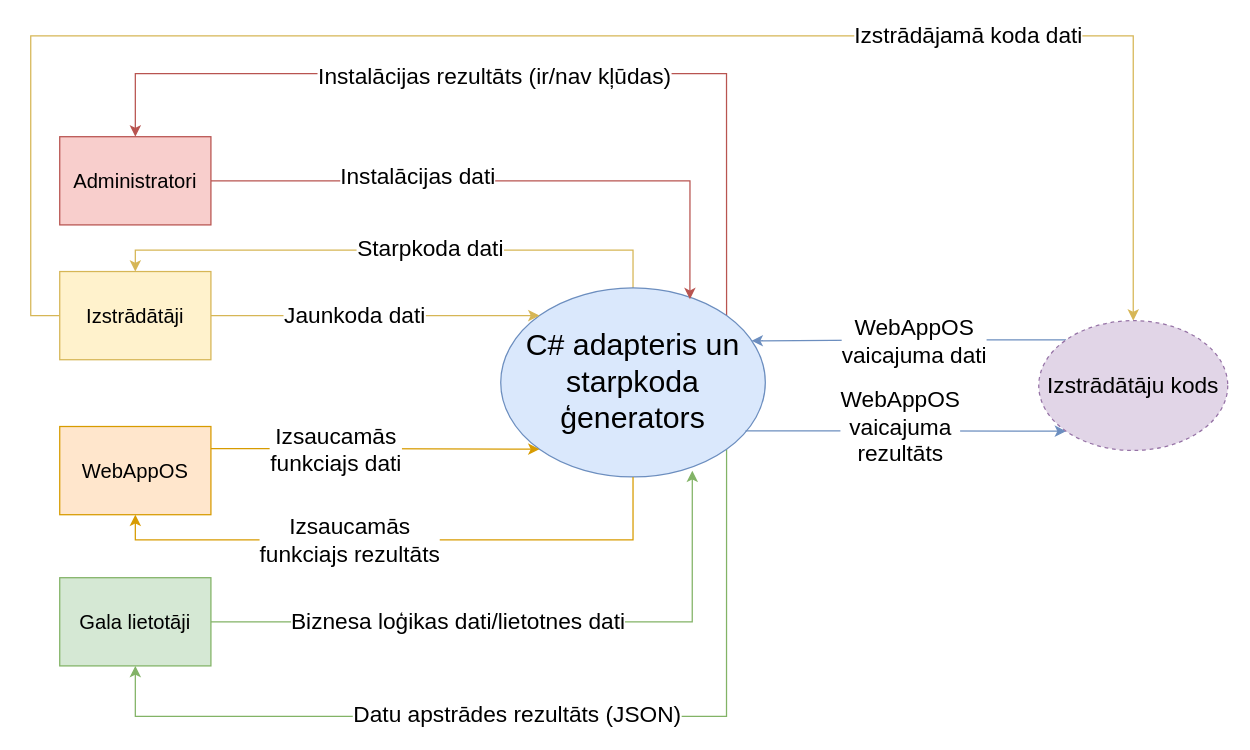
Above: page "0. level" (1 of 9) of src/Qualification project/Documentation/Diagrammas/DPD.drawio in artiks12/webAppOS (draw.io), before the change. Source tidied: cells renumbered, new cells numbered last; positions are measured from the earlier drawing's top-left corner, leaving out a move shared by most shapes. Both pictures are drawn from the tidied source at 126%, with x=0, y=0 at pixel (30, 35).
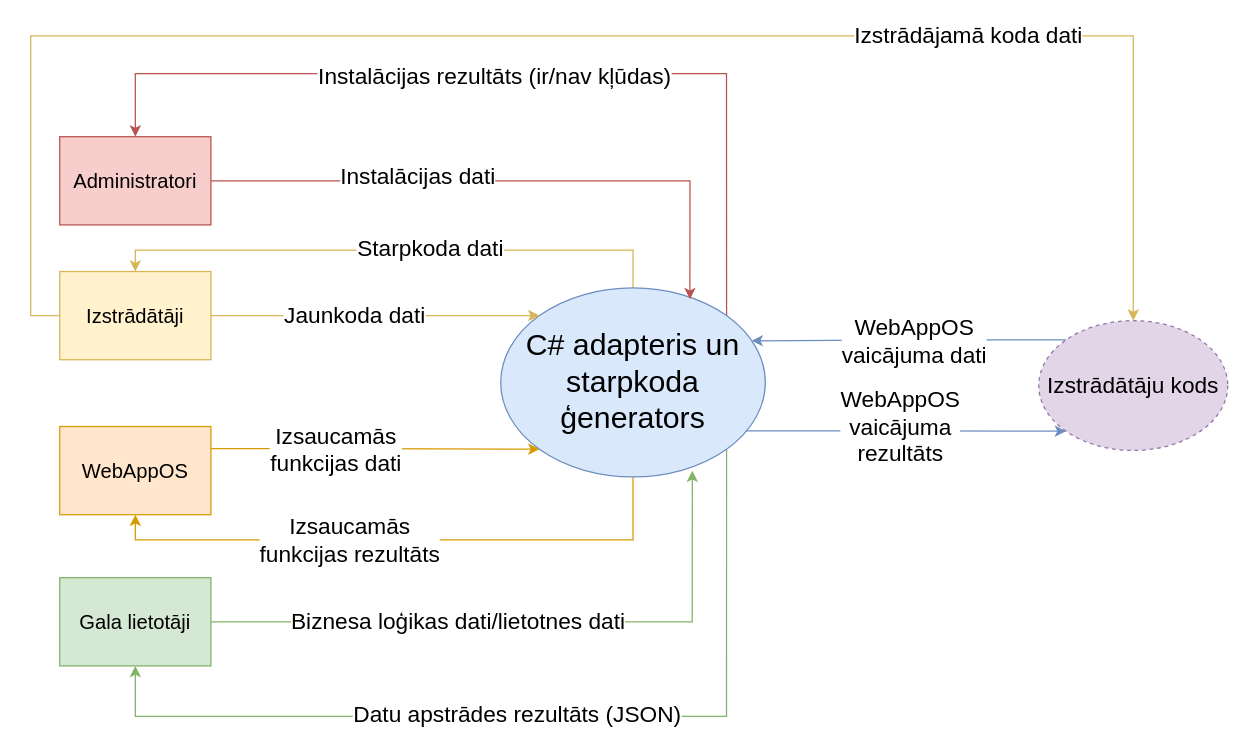
Above is the later version.

Unchanged cells that the change refers to:
```xml
<mxCell id="20" style="edgeStyle=orthogonalEdgeStyle;rounded=0;jettySize=auto;html=1;exitX=0;exitY=0;exitDx=0;exitDy=0;entryX=0.948;entryY=0.28;entryDx=0;entryDy=0;entryPerimeter=0;fillColor=#dae8fc;strokeColor=#6c8ebf;" parent="1" edge="1" source="23" target="8">
  <mxGeometry relative="1" as="geometry" />
</mxCell>
<mxCell id="24" style="edgeStyle=orthogonalEdgeStyle;rounded=0;jettySize=auto;html=1;exitX=1;exitY=0.25;exitDx=0;exitDy=0;entryX=0;entryY=1;entryDx=0;entryDy=0;fillColor=#ffe6cc;strokeColor=#d79b00;" parent="1" edge="1" source="27" target="8">
  <mxGeometry relative="1" as="geometry" />
</mxCell>
```

Change to the diagram source:
```diff
@@
-    <mxCell id="21" value="WebAppOS &lt;br&gt;vaicajuma dati" style="edgeLabel;html=1;align=center;verticalAlign=middle;fontSize=18;" parent="20" vertex="1">
+    <mxCell id="21" value="WebAppOS &lt;br&gt;vaicājuma dati" style="edgeLabel;html=1;align=center;verticalAlign=middle;fontSize=18;" parent="20" vertex="1">
       <mxGeometry x="0.25" relative="1" as="geometry">
         <mxPoint x="34" as="offset" />
       </mxGeometry>
     </mxCell>
@@
-    <mxCell id="25" value="&lt;font style=&quot;font-size: 18px&quot;&gt;Izsaucamās &lt;br&gt;funkciajs dati&lt;/font&gt;" style="edgeLabel;html=1;align=center;verticalAlign=middle;" parent="24" vertex="1">
+    <mxCell id="25" value="&lt;font style=&quot;font-size: 18px&quot;&gt;Izsaucamās &lt;br&gt;funkcijas dati&lt;/font&gt;" style="edgeLabel;html=1;align=center;verticalAlign=middle;" parent="24" vertex="1">
       <mxGeometry x="-0.24" y="-1" relative="1" as="geometry" />
     </mxCell>
@@
-    <mxCell id="28" value="&lt;font style=&quot;font-size: 18px&quot;&gt;Izsaucamās &lt;br&gt;funkciajs rezultāts&lt;/font&gt;" style="edgeLabel;html=1;align=center;verticalAlign=middle;" parent="1" vertex="1">
+    <mxCell id="28" value="&lt;font style=&quot;font-size: 18px&quot;&gt;Izsaucamās &lt;br&gt;funkcijas rezultāts&lt;/font&gt;" style="edgeLabel;html=1;align=center;verticalAlign=middle;" parent="1" vertex="1">
       <mxGeometry x="252.9" y="400" as="geometry" />
     </mxCell>
-    <mxCell id="29" value="WebAppOS &lt;br&gt;vaicajuma&lt;br&gt;rezultāts" style="edgeLabel;html=1;align=center;verticalAlign=middle;fontSize=18;" parent="1" vertex="1">
+    <mxCell id="29" value="WebAppOS &lt;br&gt;vaicājuma&lt;br&gt;rezultāts" style="edgeLabel;html=1;align=center;verticalAlign=middle;fontSize=18;" parent="1" vertex="1">
       <mxGeometry x="689.9" y="310" as="geometry" />
     </mxCell>
```
